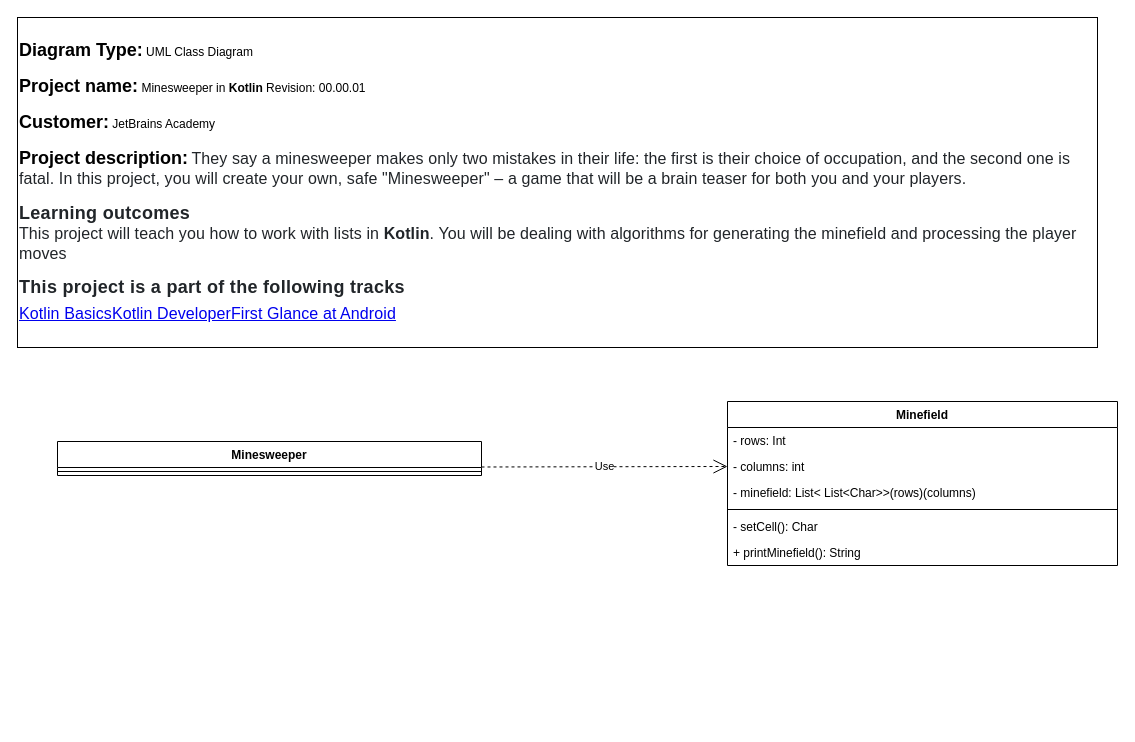
Earlier version of the draw.io diagram minesweeper/UML/MinesweeperClassDiagram.drawio (AlbertoVictorRebello/academy.jetbrains.kotlinBasics). Source tidied: cells renumbered, new cells numbered last; positions are measured from the earlier drawing's top-left corner, leaving out a move shared by most shapes. Both pictures are drawn from the tidied source at 100%, with x=0, y=0 at pixel (17, 17).
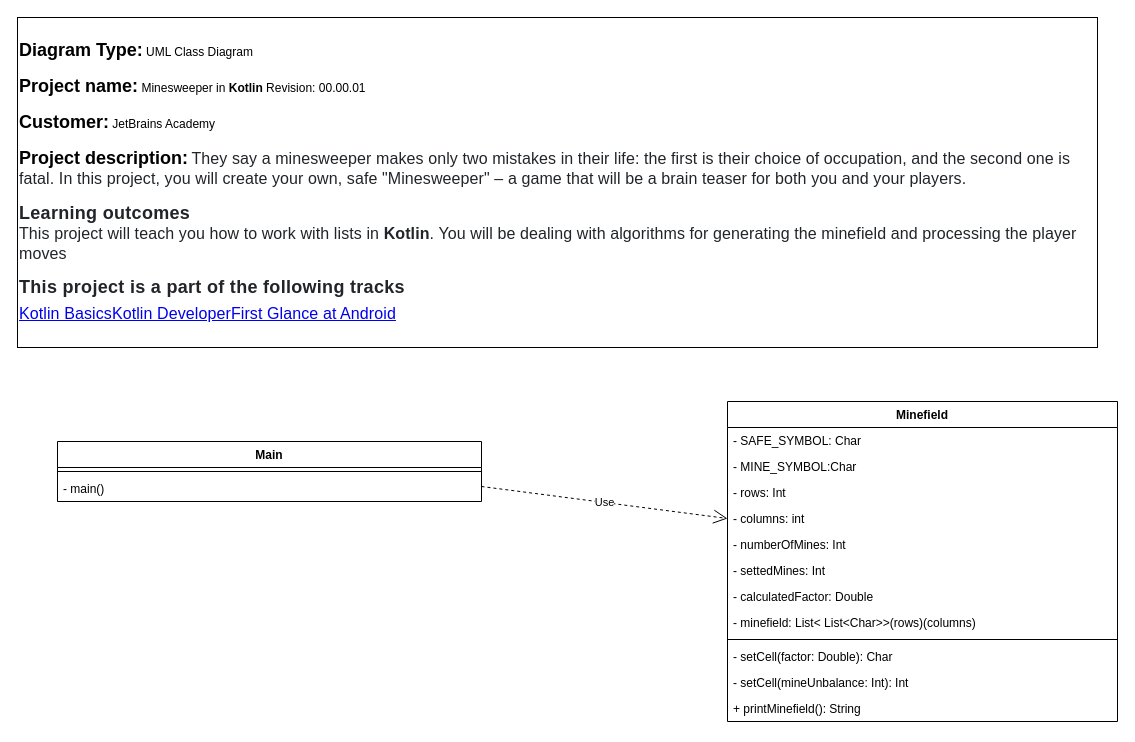
After the change.

Change to the diagram source:
```diff
@@
 <mxGraphModel>
   <root>
     <mxCell id="0" />
     <mxCell id="1" parent="0" />
     <mxCell id="2" value="&lt;b&gt;&lt;font style=&quot;font-size: 18px&quot;&gt;Diagram Type:&lt;/font&gt;&lt;/b&gt; UML Class Diagram&lt;br&gt;&lt;b&gt;&lt;br&gt;&lt;font style=&quot;font-size: 18px&quot;&gt;Project name:&lt;/font&gt;&lt;/b&gt;&amp;nbsp;Minesweeper in &lt;b&gt;Kotlin&lt;/b&gt; Revision: 00.00.01&lt;br&gt;&lt;b&gt;&lt;br&gt;&lt;font style=&quot;font-size: 18px&quot;&gt;Customer:&lt;/font&gt;&lt;/b&gt; JetBrains Academy&lt;br&gt;&lt;b&gt;&lt;br&gt;&lt;font style=&quot;font-size: 18px&quot;&gt;Project description:&lt;/font&gt;&lt;/b&gt;&amp;nbsp;&lt;span style=&quot;background-color: rgb(255 , 255 , 255)&quot;&gt;&lt;font color=&quot;#212529&quot;&gt;&lt;span style=&quot;font-size: 16px ; letter-spacing: 0.1px&quot;&gt;They say a minesweeper makes only two mistakes in their life: the first is their choice of occupation, and the second one is fatal. In this project, you will create your own, safe &quot;Minesweeper&quot; – a game that will be a brain teaser for both you and your players.&lt;br&gt;&lt;/span&gt;&lt;/font&gt;&lt;br&gt;&lt;b style=&quot;color: rgb(33 , 37 , 41) ; letter-spacing: 0.3px&quot;&gt;&lt;font style=&quot;font-size: 18px&quot;&gt;Learning outcomes&lt;/font&gt;&lt;/b&gt;&lt;br&gt;&lt;/span&gt;&lt;span style=&quot;background-color: rgb(255 , 255 , 255)&quot;&gt;&lt;font color=&quot;#212529&quot;&gt;&lt;span style=&quot;font-size: 16px ; letter-spacing: 0.1px&quot;&gt;This project will teach you how to work with lists in &lt;b&gt;Kotlin&lt;/b&gt;. You will be dealing with algorithms for generating the minefield and processing the player moves&lt;/span&gt;&lt;br&gt;&lt;/font&gt;&lt;/span&gt;&lt;span style=&quot;color: rgb(33 , 37 , 41) ; letter-spacing: 0.3px ; background-color: rgb(255 , 255 , 255)&quot;&gt;&lt;br&gt;&lt;font style=&quot;font-size: 18px&quot;&gt;&lt;b&gt;This project is a part of the following tracks&lt;/b&gt;&lt;/font&gt;&lt;br&gt;&lt;/span&gt;&lt;u style=&quot;font-size: 16px ; letter-spacing: 0.1px ; color: rgb(0 , 0 , 238) ; background-color: rgb(255 , 255 , 255)&quot;&gt;Kotlin BasicsKotlin DeveloperFirst Glance at Android&lt;/u&gt;&lt;span style=&quot;color: rgb(33 , 37 , 41) ; font-size: 1.375rem ; letter-spacing: 0.3px ; background-color: rgb(255 , 255 , 255)&quot;&gt;&lt;br&gt;&lt;/span&gt;" style="rounded=0;whiteSpace=wrap;html=1;align=left;" parent="1" vertex="1">
       <mxGeometry width="1080" height="330" as="geometry" />
     </mxCell>
     <mxCell id="3" value="Use" style="endArrow=open;endSize=12;dashed=1;html=1;rounded=0;entryX=0;entryY=0.5;entryDx=0;entryDy=0;exitX=1;exitY=0.75;exitDx=0;exitDy=0;" parent="1" edge="1" source="4" target="8">
       <mxGeometry relative="1" as="geometry" />
     </mxCell>
-    <mxCell id="4" value="Minesweeper" style="swimlane;fontStyle=1;align=center;verticalAlign=top;horizontal=1;startSize=26;" parent="1" vertex="1">
-      <mxGeometry x="40" y="424" width="424" height="34" as="geometry" />
+    <mxCell id="4" value="Main" style="swimlane;fontStyle=1;align=center;verticalAlign=top;horizontal=1;startSize=26;" parent="1" vertex="1">
+      <mxGeometry x="40" y="424" width="424" height="60" as="geometry" />
     </mxCell>
     <mxCell id="5" style="line;strokeWidth=1;fillColor=none;align=left;verticalAlign=middle;spacingTop=-1;spacingLeft=3;spacingRight=3;labelPosition=right;" parent="4" vertex="1">
       <mxGeometry y="26" width="424" height="8" as="geometry" />
     </mxCell>
+    <mxCell id="13" value="- main()" style="text;strokeColor=none;fillColor=none;align=left;verticalAlign=top;spacingLeft=4;spacingRight=4;overflow=hidden;" parent="4" vertex="1">
+      <mxGeometry y="34" width="424" height="26" as="geometry" />
+    </mxCell>
     <mxCell id="6" value="Minefield" style="swimlane;fontStyle=1;align=center;verticalAlign=top;horizontal=1;startSize=26;" parent="1" vertex="1">
-      <mxGeometry x="710" y="384" width="390" height="164" as="geometry" />
+      <mxGeometry x="710" y="384" width="390" height="320" as="geometry" />
     </mxCell>
-    <mxCell id="7" value="- rows: Int&#10;" style="text;strokeColor=none;fillColor=none;align=left;verticalAlign=top;spacingLeft=4;spacingRight=4;overflow=hidden;" parent="6" vertex="1">
+    <mxCell id="7" value="- SAFE_SYMBOL: Char&#10;" style="text;strokeColor=none;fillColor=none;align=left;verticalAlign=top;spacingLeft=4;spacingRight=4;overflow=hidden;" parent="6" vertex="1">
       <mxGeometry y="26" width="390" height="26" as="geometry" />
     </mxCell>
+    <mxCell id="14" value="- MINE_SYMBOL:Char&#10;" style="text;strokeColor=none;fillColor=none;align=left;verticalAlign=top;spacingLeft=4;spacingRight=4;overflow=hidden;" parent="6" vertex="1">
+      <mxGeometry y="52" width="390" height="26" as="geometry" />
+    </mxCell>
+    <mxCell id="15" value="- rows: Int&#10;" style="text;strokeColor=none;fillColor=none;align=left;verticalAlign=top;spacingLeft=4;spacingRight=4;overflow=hidden;" parent="6" vertex="1">
+      <mxGeometry y="78" width="390" height="26" as="geometry" />
+    </mxCell>
     <mxCell id="8" value="- columns: int&#10;" style="text;strokeColor=none;fillColor=none;align=left;verticalAlign=top;spacingLeft=4;spacingRight=4;overflow=hidden;points=[[0,0.5],[1,0.5]];portConstraint=eastwest;" parent="6" vertex="1">
-      <mxGeometry y="52" width="390" height="26" as="geometry" />
+      <mxGeometry y="104" width="390" height="26" as="geometry" />
     </mxCell>
+    <mxCell id="16" value="- numberOfMines: Int&#10;" style="text;strokeColor=none;fillColor=none;align=left;verticalAlign=top;spacingLeft=4;spacingRight=4;overflow=hidden;" parent="6" vertex="1">
+      <mxGeometry y="130" width="390" height="26" as="geometry" />
+    </mxCell>
+    <mxCell id="17" value="- settedMines: Int&#10;" style="text;strokeColor=none;fillColor=none;align=left;verticalAlign=top;spacingLeft=4;spacingRight=4;overflow=hidden;" parent="6" vertex="1">
+      <mxGeometry y="156" width="390" height="26" as="geometry" />
+    </mxCell>
+    <mxCell id="18" value="- calculatedFactor: Double&#10;" style="text;strokeColor=none;fillColor=none;align=left;verticalAlign=top;spacingLeft=4;spacingRight=4;overflow=hidden;" parent="6" vertex="1">
+      <mxGeometry y="182" width="390" height="26" as="geometry" />
+    </mxCell>
     <mxCell id="9" value="- minefield: List&lt; List&lt;Char&gt;&gt;(rows)(columns)&#10;" style="text;strokeColor=none;fillColor=none;align=left;verticalAlign=top;spacingLeft=4;spacingRight=4;overflow=hidden;" parent="6" vertex="1">
-      <mxGeometry y="78" width="390" height="26" as="geometry" />
+      <mxGeometry y="208" width="390" height="26" as="geometry" />
     </mxCell>
     <mxCell id="10" style="line;strokeWidth=1;fillColor=none;align=left;verticalAlign=middle;spacingTop=-1;spacingLeft=3;spacingRight=3;labelPosition=right;" parent="6" vertex="1">
-      <mxGeometry y="104" width="390" height="8" as="geometry" />
+      <mxGeometry y="234" width="390" height="8" as="geometry" />
     </mxCell>
-    <mxCell id="11" value="- setCell(): Char" style="text;strokeColor=none;fillColor=none;align=left;verticalAlign=top;spacingLeft=4;spacingRight=4;overflow=hidden;" parent="6" vertex="1">
-      <mxGeometry y="112" width="390" height="26" as="geometry" />
+    <mxCell id="11" value="- setCell(factor: Double): Char" style="text;strokeColor=none;fillColor=none;align=left;verticalAlign=top;spacingLeft=4;spacingRight=4;overflow=hidden;" parent="6" vertex="1">
+      <mxGeometry y="242" width="390" height="26" as="geometry" />
     </mxCell>
+    <mxCell id="19" value="- setCell(mineUnbalance: Int): Int" style="text;strokeColor=none;fillColor=none;align=left;verticalAlign=top;spacingLeft=4;spacingRight=4;overflow=hidden;" parent="6" vertex="1">
+      <mxGeometry y="268" width="390" height="26" as="geometry" />
+    </mxCell>
     <mxCell id="12" value="+ printMinefield(): String" style="text;strokeColor=none;fillColor=none;align=left;verticalAlign=top;spacingLeft=4;spacingRight=4;overflow=hidden;" parent="6" vertex="1">
-      <mxGeometry y="138" width="390" height="26" as="geometry" />
+      <mxGeometry y="294" width="390" height="26" as="geometry" />
     </mxCell>
   </root>
 </mxGraphModel>
```
